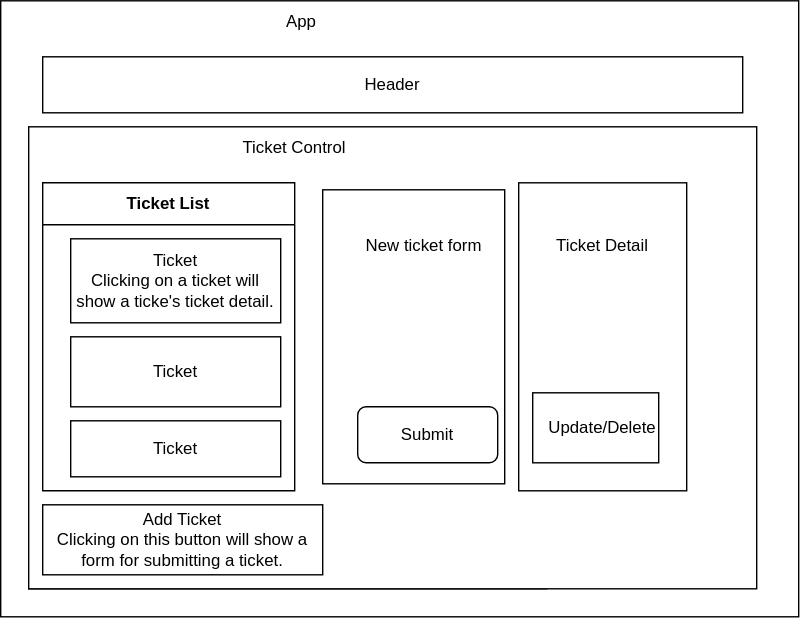
Earlier version of the draw.io export src/img/component-diagram.drawio.svg (kimmykokonut/help-queue). Source tidied: cells renumbered, new cells last; positions are measured from the earlier drawing's top-left corner, leaving out a move shared by most shapes.
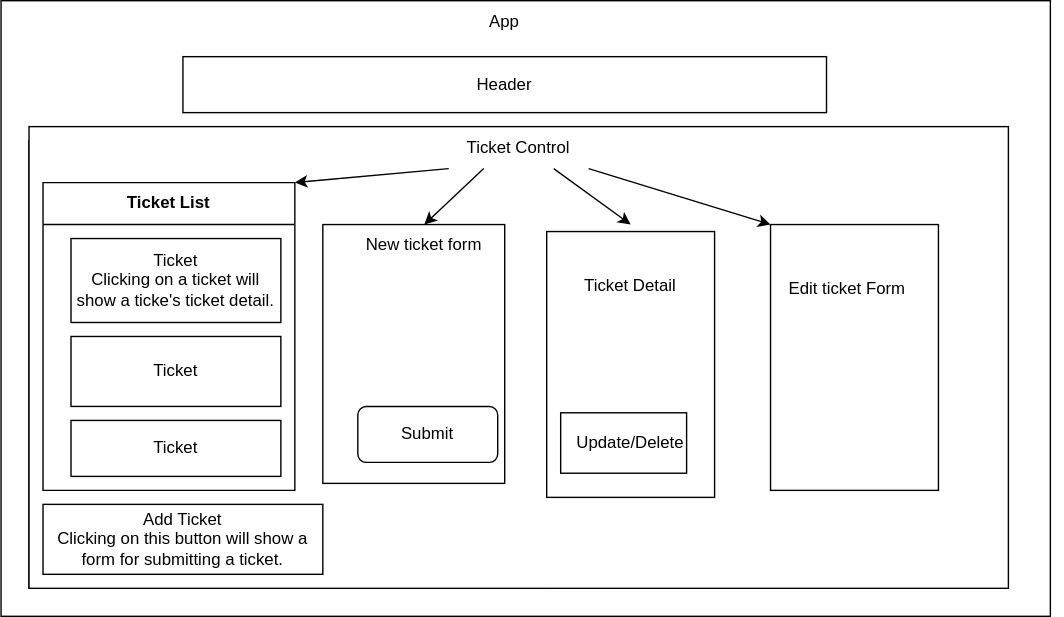
Above is the later version.

Commit message:
toggle edit form

What changed in the source:
```diff
@@ -8,13 +8,13 @@
       </mxGeometry>
     </mxCell>
     <mxCell id="3" style="rounded=0;whiteSpace=wrap;html=1;" parent="1" vertex="1">
-      <mxGeometry width="570" height="440" as="geometry" />
+      <mxGeometry width="750" height="440" as="geometry" />
     </mxCell>
     <mxCell id="4" style="rounded=0;whiteSpace=wrap;html=1;" parent="1" vertex="1">
       <mxGeometry x="20" y="100" width="370" height="320" as="geometry" />
     </mxCell>
     <mxCell id="5" style="rounded=0;whiteSpace=wrap;html=1;" parent="1" vertex="1">
-      <mxGeometry x="20" y="90" width="520" height="330" as="geometry" />
+      <mxGeometry x="20" y="90" width="700" height="330" as="geometry" />
     </mxCell>
     <mxCell id="6" value="Ticket List" style="swimlane;whiteSpace=wrap;html=1;startSize=30;" parent="1" vertex="1">
       <mxGeometry x="30" y="130" width="180" height="220" as="geometry" />
@@ -29,19 +29,33 @@
       <mxGeometry x="20" y="110" width="150" height="50" as="geometry" />
     </mxCell>
     <mxCell id="10" value="Header" style="rounded=0;whiteSpace=wrap;html=1;" parent="1" vertex="1">
-      <mxGeometry x="30" y="40" width="500" height="40" as="geometry" />
+      <mxGeometry x="130" y="40" width="460" height="40" as="geometry" />
     </mxCell>
     <mxCell id="11" value="Add Ticket&lt;br&gt;Clicking on this button will show a form for submitting a ticket." style="rounded=0;whiteSpace=wrap;html=1;" parent="1" vertex="1">
       <mxGeometry x="30" y="360" width="200" height="50" as="geometry" />
     </mxCell>
     <mxCell id="12" value="App" style="text;html=1;strokeColor=none;fillColor=none;align=center;verticalAlign=middle;whiteSpace=wrap;rounded=0;" parent="1" vertex="1">
-      <mxGeometry x="185" width="60" height="30" as="geometry" />
+      <mxGeometry x="330" width="60" height="30" as="geometry" />
     </mxCell>
+    <mxCell id="23" style="edgeStyle=none;html=1;exitX=0;exitY=1;exitDx=0;exitDy=0;entryX=1;entryY=0;entryDx=0;entryDy=0;" parent="1" edge="1" source="13" target="6">
+      <mxGeometry relative="1" as="geometry" />
+    </mxCell>
+    <mxCell id="24" style="edgeStyle=none;html=1;exitX=0.25;exitY=1;exitDx=0;exitDy=0;entryX=0.5;entryY=0;entryDx=0;entryDy=0;" parent="1" edge="1" source="13" target="15">
+      <mxGeometry relative="1" as="geometry" />
+    </mxCell>
+    <mxCell id="25" style="edgeStyle=none;html=1;exitX=0.75;exitY=1;exitDx=0;exitDy=0;" parent="1" edge="1" source="13">
+      <mxGeometry relative="1" as="geometry">
+        <mxPoint x="450" y="160" as="targetPoint" />
+      </mxGeometry>
+    </mxCell>
+    <mxCell id="26" style="edgeStyle=none;html=1;exitX=1;exitY=1;exitDx=0;exitDy=0;entryX=0;entryY=0;entryDx=0;entryDy=0;" parent="1" edge="1" source="13" target="27">
+      <mxGeometry relative="1" as="geometry" />
+    </mxCell>
     <mxCell id="13" value="Ticket Control" style="text;html=1;strokeColor=none;fillColor=none;align=center;verticalAlign=middle;whiteSpace=wrap;rounded=0;" parent="1" vertex="1">
-      <mxGeometry x="160" y="90" width="100" height="30" as="geometry" />
+      <mxGeometry x="320" y="90" width="100" height="30" as="geometry" />
     </mxCell>
     <mxCell id="14" style="rounded=0;whiteSpace=wrap;html=1;" parent="1" vertex="1">
-      <mxGeometry x="230" y="135" width="130" height="210" as="geometry" />
+      <mxGeometry x="230" y="160" width="130" height="185" as="geometry" />
     </mxCell>
     <mxCell id="15" value="New ticket form" style="text;html=1;strokeColor=none;fillColor=none;align=center;verticalAlign=middle;whiteSpace=wrap;rounded=0;" parent="1" vertex="1">
       <mxGeometry x="260" y="160" width="85" height="30" as="geometry" />
@@ -53,19 +67,25 @@
       <mxGeometry x="275" y="295" width="60" height="30" as="geometry" />
     </mxCell>
     <mxCell id="18" style="group;" parent="1" vertex="1">
-      <mxGeometry x="370" y="130" width="120" height="220" as="geometry" />
+      <mxGeometry x="390" y="165" width="120" height="190" as="geometry" />
     </mxCell>
     <mxCell id="19" style="rounded=0;whiteSpace=wrap;html=1;" parent="18" vertex="1">
-      <mxGeometry width="120" height="220" as="geometry" />
+      <mxGeometry width="120" height="190" as="geometry" />
     </mxCell>
     <mxCell id="20" value="Ticket Detail" style="text;html=1;strokeColor=none;fillColor=none;align=center;verticalAlign=middle;whiteSpace=wrap;rounded=0;" parent="18" vertex="1">
-      <mxGeometry x="20" y="30" width="80" height="30" as="geometry" />
+      <mxGeometry x="20" y="25.9" width="80" height="25.9" as="geometry" />
     </mxCell>
     <mxCell id="21" style="rounded=0;whiteSpace=wrap;html=1;" parent="18" vertex="1">
-      <mxGeometry x="10" y="150" width="90" height="50" as="geometry" />
+      <mxGeometry x="10" y="129.5" width="90" height="43.2" as="geometry" />
     </mxCell>
     <mxCell id="22" value="Update/Delete" style="text;html=1;strokeColor=none;fillColor=none;align=center;verticalAlign=middle;whiteSpace=wrap;rounded=0;" parent="18" vertex="1">
-      <mxGeometry x="30" y="160" width="60" height="30" as="geometry" />
+      <mxGeometry x="30" y="138.2" width="60" height="25.9" as="geometry" />
     </mxCell>
+    <mxCell id="27" style="rounded=0;whiteSpace=wrap;html=1;" parent="1" vertex="1">
+      <mxGeometry x="550" y="160" width="120" height="190" as="geometry" />
+    </mxCell>
+    <mxCell id="28" value="Edit ticket Form" style="text;html=1;strokeColor=none;fillColor=none;align=center;verticalAlign=middle;whiteSpace=wrap;rounded=0;" parent="1" vertex="1">
+      <mxGeometry x="560" y="191" width="90" height="30" as="geometry" />
+    </mxCell>
   </root>
 </mxGraphModel>
```
